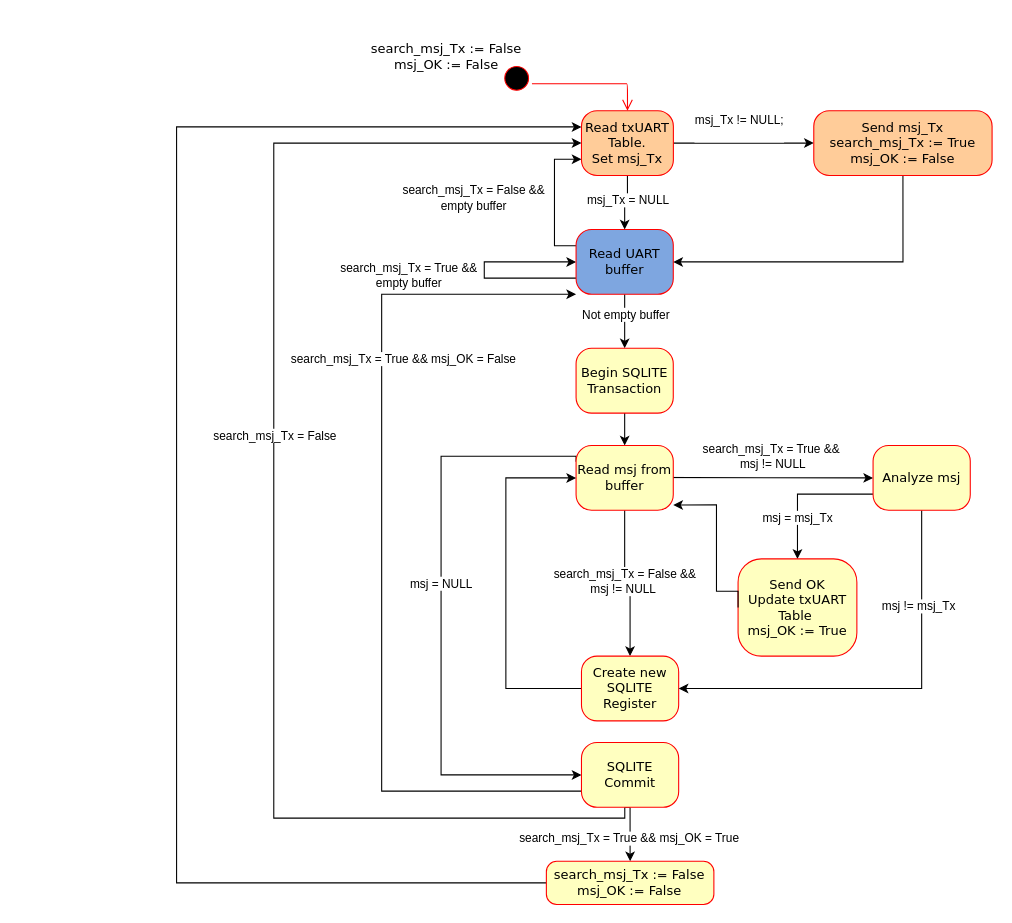
CesarRodriguez14/Tag_Vehiculo_4_0_Diagramas keeps this draw.io diagram as ReadUART_FSM.drawio. Above is the earlier version. Source tidied: cells renumbered, new cells numbered last; positions are measured from the earlier drawing's top-left corner, leaving out a move shared by most shapes. Both pictures are drawn from the tidied source at 108%, with x=0, y=0 at pixel (176, 40).
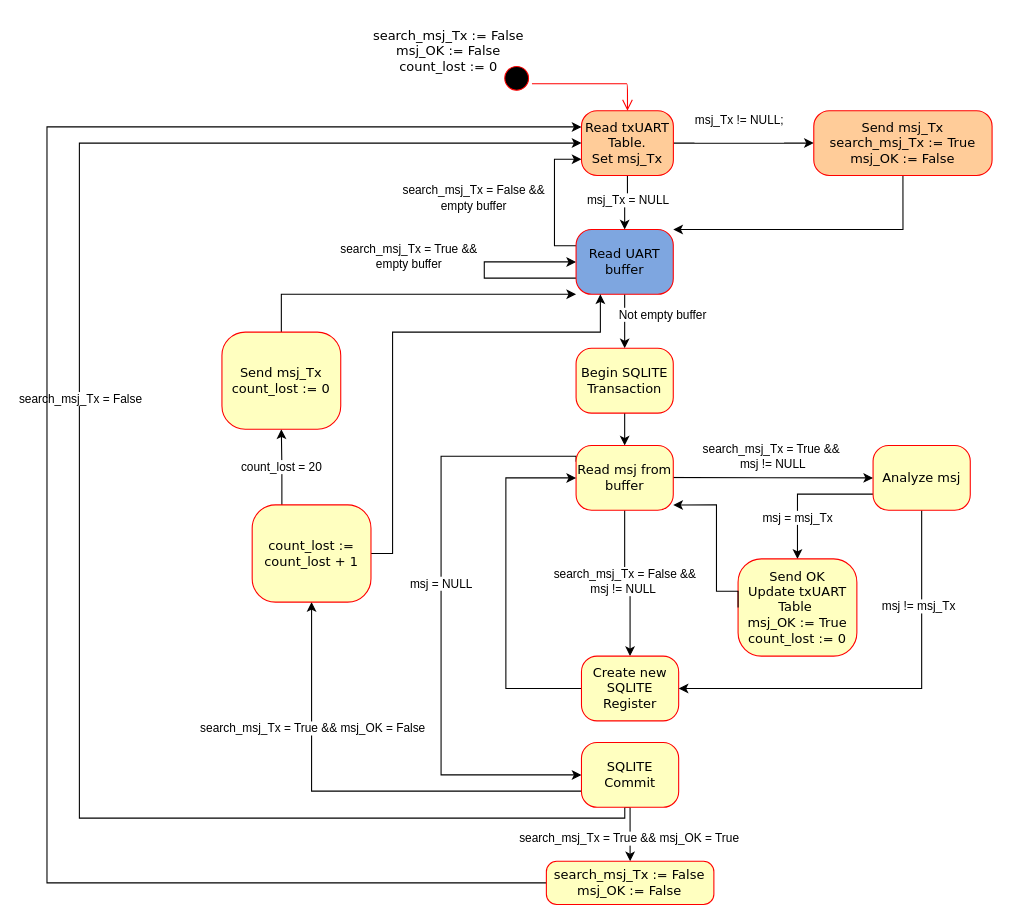
After the change.

Unchanged cells that the change refers to:
```xml
<mxCell id="3" style="edgeStyle=orthogonalEdgeStyle;rounded=0;jettySize=auto;html=1;exitX=0.5;exitY=1;exitDx=0;exitDy=0;entryX=0.5;entryY=0;entryDx=0;entryDy=0;" parent="1" edge="1" source="9" target="20">
  <mxGeometry relative="1" as="geometry" />
</mxCell>
<mxCell id="5" style="edgeStyle=orthogonalEdgeStyle;rounded=0;orthogonalLoop=1;jettySize=auto;html=1;exitX=0;exitY=0.75;exitDx=0;exitDy=0;entryX=0;entryY=0.5;entryDx=0;entryDy=0;" parent="1" edge="1" source="9" target="9">
  <mxGeometry relative="1" as="geometry">
    <Array as="points">
      <mxPoint x="284.9" y="220" />
      <mxPoint x="284.9" y="205" />
    </Array>
  </mxGeometry>
</mxCell>
<mxCell id="9" value="Read UART b&lt;span style=&quot;background-color: transparent; color: light-dark(rgb(0, 0, 0), rgb(237, 237, 237));&quot;&gt;uffer&lt;/span&gt;" style="rounded=1;whiteSpace=wrap;html=1;arcSize=24;fillColor=#7EA6E0;strokeColor=#ff0000;shadow=0;comic=0;labelBackgroundColor=none;fontFamily=Verdana;fontSize=12;fontColor=#000000;align=center;" parent="1" vertex="1">
  <mxGeometry x="369.9" y="175" width="90" height="60" as="geometry" />
</mxCell>
<mxCell id="14" value="Read txUART Table.&lt;div&gt;&lt;span style=&quot;background-color: transparent; color: light-dark(rgb(0, 0, 0), rgb(237, 237, 237));&quot;&gt;Set msj_Tx&lt;/span&gt;&lt;/div&gt;" style="rounded=1;whiteSpace=wrap;html=1;arcSize=24;fillColor=#FFCC99;strokeColor=#ff0000;shadow=0;comic=0;labelBackgroundColor=none;fontFamily=Verdana;fontSize=12;fontColor=#000000;align=center;" parent="1" vertex="1">
  <mxGeometry x="374.9" y="65" width="85.1" height="60" as="geometry" />
</mxCell>
<mxCell id="16" value="Send msj_Tx&lt;div&gt;search_msj_Tx := True&lt;div&gt;msj_OK := False&lt;/div&gt;&lt;/div&gt;" style="rounded=1;whiteSpace=wrap;html=1;arcSize=24;fillColor=#FFCC99;strokeColor=#ff0000;shadow=0;comic=0;labelBackgroundColor=none;fontFamily=Verdana;fontSize=12;fontColor=#000000;align=center;" parent="1" vertex="1">
  <mxGeometry x="590" y="65" width="165.1" height="60" as="geometry" />
</mxCell>
<mxCell id="41" value="SQLITE Commit" style="rounded=1;whiteSpace=wrap;html=1;arcSize=24;fillColor=#ffffc0;strokeColor=#ff0000;shadow=0;comic=0;labelBackgroundColor=none;fontFamily=Verdana;fontSize=12;fontColor=#000000;align=center;" parent="1" vertex="1">
  <mxGeometry x="374.9" y="650" width="90" height="60" as="geometry" />
</mxCell>
<mxCell id="45" value="search_msj_Tx := False&lt;div&gt;msj_OK := False&lt;/div&gt;" style="rounded=1;whiteSpace=wrap;html=1;arcSize=24;fillColor=#ffffc0;strokeColor=#ff0000;shadow=0;comic=0;labelBackgroundColor=none;fontFamily=Verdana;fontSize=12;fontColor=#000000;align=center;" parent="1" vertex="1">
  <mxGeometry x="342.4" y="760" width="155.1" height="40" as="geometry" />
</mxCell>
```

Diff of the diagram source:
```diff
@@
     <mxCell id="4" value="Not empty buffer" style="edgeLabel;html=1;align=center;verticalAlign=middle;" parent="3" vertex="1">
-      <mxGeometry x="-0.28" y="1" relative="1" as="geometry" />
+      <mxGeometry x="-0.28" y="1" relative="1" as="geometry">
+        <mxPoint x="34" as="offset" />
+      </mxGeometry>
     </mxCell>
@@
     <mxCell id="6" value="search_msj_Tx = True &amp;amp;&amp;amp;&lt;div&gt;empty buffer&lt;/div&gt;" style="edgeLabel;html=1;align=center;verticalAlign=middle;" parent="5" vertex="1">
       <mxGeometry x="-0.01" y="-1" relative="1" as="geometry">
-        <mxPoint x="-71" y="4" as="offset" />
+        <mxPoint x="-71" y="-14" as="offset" />
       </mxGeometry>
     </mxCell>
@@
-    <mxCell id="15" style="edgeStyle=orthogonalEdgeStyle;rounded=0;jettySize=auto;html=1;exitX=0.5;exitY=1;exitDx=0;exitDy=0;entryX=1;entryY=0.5;entryDx=0;entryDy=0;" parent="1" edge="1" source="16" target="9">
-      <mxGeometry relative="1" as="geometry" />
+    <mxCell id="15" style="edgeStyle=orthogonalEdgeStyle;rounded=0;jettySize=auto;html=1;exitX=0.5;exitY=1;exitDx=0;exitDy=0;entryX=1;entryY=0;entryDx=0;entryDy=0;" parent="1" edge="1" source="16" target="9">
+      <mxGeometry relative="1" as="geometry">
+        <Array as="points">
+          <mxPoint x="673" y="175" />
+        </Array>
+      </mxGeometry>
     </mxCell>
@@
-    <mxCell id="18" value="&lt;span style=&quot;font-family: Verdana;&quot;&gt;search_msj_Tx := False&lt;/span&gt;&lt;div&gt;&lt;span style=&quot;font-family: Verdana;&quot;&gt;msj_OK := False&lt;/span&gt;&lt;/div&gt;" style="text;html=1;align=center;verticalAlign=middle;whiteSpace=wrap;rounded=0;" parent="1" vertex="1">
-      <mxGeometry x="160" width="180.1" height="30" as="geometry" />
+    <mxCell id="18" value="&lt;span style=&quot;font-family: Verdana;&quot;&gt;search_msj_Tx := False&lt;/span&gt;&lt;div&gt;&lt;span style=&quot;font-family: Verdana;&quot;&gt;msj_OK := False&lt;/span&gt;&lt;/div&gt;&lt;div&gt;&lt;span style=&quot;font-family: Verdana;&quot;&gt;count_lost := 0&lt;/span&gt;&lt;/div&gt;" style="text;html=1;align=center;verticalAlign=middle;whiteSpace=wrap;rounded=0;" parent="1" vertex="1">
+      <mxGeometry x="162.3" y="-20" width="180.1" height="60" as="geometry" />
     </mxCell>
@@
     <mxCell id="35" style="edgeStyle=orthogonalEdgeStyle;rounded=0;jettySize=auto;html=1;exitX=0.5;exitY=1;exitDx=0;exitDy=0;entryX=0;entryY=0.5;entryDx=0;entryDy=0;" parent="1" edge="1" source="41" target="14">
       <mxGeometry relative="1" as="geometry">
         <Array as="points">
           <mxPoint x="415" y="710" />
           <mxPoint x="415" y="720" />
-          <mxPoint x="90" y="720" />
-          <mxPoint x="90" y="95" />
+          <mxPoint x="-90" y="720" />
+          <mxPoint x="-90" y="95" />
         </Array>
       </mxGeometry>
     </mxCell>
@@
-    <mxCell id="37" style="edgeStyle=orthogonalEdgeStyle;rounded=0;jettySize=auto;html=1;exitX=0;exitY=0.75;exitDx=0;exitDy=0;entryX=0;entryY=1;entryDx=0;entryDy=0;" parent="1" edge="1" source="41" target="9">
-      <mxGeometry relative="1" as="geometry">
-        <Array as="points">
-          <mxPoint x="189.9" y="695" />
-          <mxPoint x="189.9" y="235" />
-        </Array>
-      </mxGeometry>
-    </mxCell>
-    <mxCell id="38" value="search_msj_Tx = True &amp;amp;&amp;amp; msj_OK = False" style="edgeLabel;html=1;align=center;verticalAlign=middle;" parent="37" vertex="1">
-      <mxGeometry x="0.42" y="2" relative="1" as="geometry">
-        <mxPoint x="22" as="offset" />
-      </mxGeometry>
-    </mxCell>
@@
+    <mxCell id="46" style="edgeStyle=orthogonalEdgeStyle;rounded=0;jettySize=auto;html=1;exitX=0;exitY=0.75;exitDx=0;exitDy=0;entryX=0.5;entryY=1;entryDx=0;entryDy=0;" parent="1" edge="1" source="41" target="50">
+      <mxGeometry relative="1" as="geometry" />
+    </mxCell>
+    <mxCell id="38" value="search_msj_Tx = True &amp;amp;&amp;amp; msj_OK = False" style="edgeLabel;html=1;align=center;verticalAlign=middle;" parent="46" vertex="1">
+      <mxGeometry x="0.45" relative="1" as="geometry" />
+    </mxCell>
@@
-    <mxCell id="42" value="Send&amp;nbsp;&lt;span style=&quot;background-color: transparent; color: light-dark(rgb(0, 0, 0), rgb(237, 237, 237));&quot;&gt;OK&lt;/span&gt;&lt;div&gt;Update txUART Table&amp;nbsp;&lt;/div&gt;&lt;div&gt;msj_OK := True&lt;/div&gt;" style="rounded=1;whiteSpace=wrap;html=1;arcSize=24;fillColor=#ffffc0;strokeColor=#ff0000;shadow=0;comic=0;labelBackgroundColor=none;fontFamily=Verdana;fontSize=12;fontColor=#000000;align=center;" parent="1" vertex="1">
+    <mxCell id="42" value="Send&amp;nbsp;&lt;span style=&quot;background-color: transparent; color: light-dark(rgb(0, 0, 0), rgb(237, 237, 237));&quot;&gt;OK&lt;/span&gt;&lt;div&gt;Update txUART Table&amp;nbsp;&lt;/div&gt;&lt;div&gt;msj_OK := True&lt;/div&gt;&lt;div&gt;count_lost := 0&lt;/div&gt;" style="rounded=1;whiteSpace=wrap;html=1;arcSize=24;fillColor=#ffffc0;strokeColor=#ff0000;shadow=0;comic=0;labelBackgroundColor=none;fontFamily=Verdana;fontSize=12;fontColor=#000000;align=center;" parent="1" vertex="1">
       <mxGeometry x="519.9" y="480" width="110" height="90" as="geometry" />
     </mxCell>
@@
     <mxCell id="44" style="edgeStyle=orthogonalEdgeStyle;rounded=0;jettySize=auto;html=1;exitX=0;exitY=0.5;exitDx=0;exitDy=0;entryX=0;entryY=0.25;entryDx=0;entryDy=0;" parent="1" edge="1" source="45" target="14">
       <mxGeometry relative="1" as="geometry">
         <Array as="points">
-          <mxPoint y="780" />
-          <mxPoint y="80" />
+          <mxPoint x="-120" y="780" />
+          <mxPoint x="-120" y="80" />
         </Array>
       </mxGeometry>
     </mxCell>
@@
+    <mxCell id="47" style="edgeStyle=orthogonalEdgeStyle;rounded=0;jettySize=auto;html=1;exitX=0.25;exitY=0;exitDx=0;exitDy=0;entryX=0.5;entryY=1;entryDx=0;entryDy=0;" parent="1" edge="1" source="50" target="52">
+      <mxGeometry relative="1" as="geometry" />
+    </mxCell>
+    <mxCell id="48" value="count_lost = 20" style="edgeLabel;html=1;align=center;verticalAlign=middle;" parent="47" vertex="1">
+      <mxGeometry x="0.03" y="1" relative="1" as="geometry" />
+    </mxCell>
+    <mxCell id="49" style="edgeStyle=orthogonalEdgeStyle;rounded=0;jettySize=auto;html=1;exitX=1;exitY=0.5;exitDx=0;exitDy=0;entryX=0.25;entryY=1;entryDx=0;entryDy=0;" parent="1" edge="1" source="50" target="9">
+      <mxGeometry relative="1" as="geometry">
+        <Array as="points">
+          <mxPoint x="200" y="475" />
+          <mxPoint x="200" y="270" />
+          <mxPoint x="392" y="270" />
+        </Array>
+      </mxGeometry>
+    </mxCell>
+    <mxCell id="50" value="&lt;span style=&quot;background-color: transparent; color: light-dark(rgb(0, 0, 0), rgb(237, 237, 237));&quot;&gt;count_lost := count_lost + 1&lt;/span&gt;" style="rounded=1;whiteSpace=wrap;html=1;arcSize=24;fillColor=#ffffc0;strokeColor=#ff0000;shadow=0;comic=0;labelBackgroundColor=none;fontFamily=Verdana;fontSize=12;fontColor=#000000;align=center;" parent="1" vertex="1">
+      <mxGeometry x="70" y="430" width="110" height="90" as="geometry" />
+    </mxCell>
+    <mxCell id="51" style="edgeStyle=orthogonalEdgeStyle;rounded=0;jettySize=auto;html=1;exitX=0.5;exitY=0;exitDx=0;exitDy=0;entryX=0;entryY=1;entryDx=0;entryDy=0;" parent="1" edge="1" source="52" target="9">
+      <mxGeometry relative="1" as="geometry">
+        <Array as="points">
+          <mxPoint x="97" y="235" />
+        </Array>
+      </mxGeometry>
+    </mxCell>
+    <mxCell id="52" value="Send msj_Tx&lt;div&gt;count_lost := 0&lt;/div&gt;" style="rounded=1;whiteSpace=wrap;html=1;arcSize=24;fillColor=#ffffc0;strokeColor=#ff0000;shadow=0;comic=0;labelBackgroundColor=none;fontFamily=Verdana;fontSize=12;fontColor=#000000;align=center;" parent="1" vertex="1">
+      <mxGeometry x="42" y="270" width="110" height="90" as="geometry" />
+    </mxCell>
```
